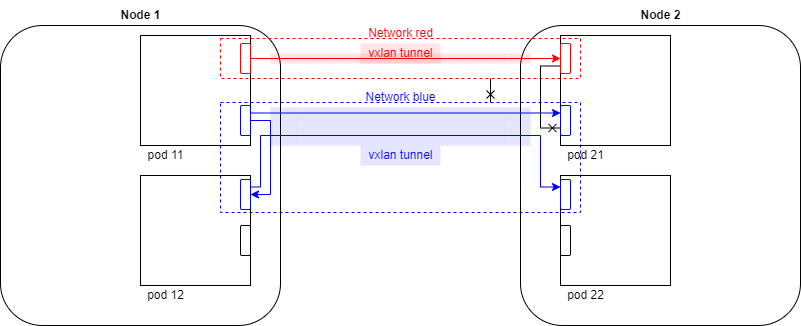
Before: img/multinet/multinet_connectivity.png, a diagram exported from draw.io (projectcalico/vpp-dataplane). Source tidied: cells renumbered, new cells last; positions are measured from the earlier drawing's top-left corner, leaving out a move shared by most shapes. Source of this version:
```xml
<mxGraphModel>
  <root>
    <mxCell id="0" />
    <mxCell id="1" parent="0" />
    <mxCell id="2" style="rounded=0;whiteSpace=wrap;html=1;labelBackgroundColor=none;labelBorderColor=none;fontColor=none;strokeColor=#0000FF;fillColor=none;dashed=1;" parent="1" vertex="1">
      <mxGeometry x="220" y="102" width="360" height="110" as="geometry" />
    </mxCell>
    <mxCell id="3" style="rounded=1;whiteSpace=wrap;html=1;fillColor=none;" parent="1" vertex="1">
      <mxGeometry y="25" width="280" height="300" as="geometry" />
    </mxCell>
    <mxCell id="4" style="rounded=1;whiteSpace=wrap;html=1;fillColor=none;" parent="1" vertex="1">
      <mxGeometry x="520" y="25" width="280" height="300" as="geometry" />
    </mxCell>
    <mxCell id="5" value="Node 2" style="text;html=1;align=center;verticalAlign=middle;strokeColor=none;fillColor=none;fontStyle=1;fontSize=12;" parent="1" vertex="1">
      <mxGeometry x="630" y="5" width="60" height="20" as="geometry" />
    </mxCell>
    <mxCell id="6" style="whiteSpace=wrap;html=1;fillColor=none;" parent="1" vertex="1">
      <mxGeometry x="140" y="35" width="110" height="110" as="geometry" />
    </mxCell>
    <mxCell id="7" style="whiteSpace=wrap;html=1;fillColor=none;" parent="1" vertex="1">
      <mxGeometry x="140" y="175" width="110" height="110" as="geometry" />
    </mxCell>
    <mxCell id="8" style="whiteSpace=wrap;html=1;fillColor=none;" parent="1" vertex="1">
      <mxGeometry x="560" y="35" width="110" height="110" as="geometry" />
    </mxCell>
    <mxCell id="9" style="edgeStyle=orthogonalEdgeStyle;rounded=0;jettySize=auto;html=1;exitX=1;exitY=0.25;exitDx=0;exitDy=0;entryX=0;entryY=0.25;entryDx=0;entryDy=0;fontColor=#0000FF;strokeColor=#0000FF;" parent="1" edge="1" source="11" target="14">
      <mxGeometry relative="1" as="geometry" />
    </mxCell>
    <mxCell id="10" style="edgeStyle=orthogonalEdgeStyle;rounded=0;jettySize=auto;html=1;exitX=1;exitY=0.5;exitDx=0;exitDy=0;entryX=1;entryY=0.5;entryDx=0;entryDy=0;fontColor=#0000FF;strokeColor=#0000FF;" parent="1" edge="1" source="11" target="13">
      <mxGeometry relative="1" as="geometry" />
    </mxCell>
    <mxCell id="11" style="rounded=1;whiteSpace=wrap;html=1;fillColor=none;strokeColor=#0000FF;" parent="1" vertex="1">
      <mxGeometry x="240" y="105" width="10" height="30" as="geometry" />
    </mxCell>
    <mxCell id="12" style="edgeStyle=orthogonalEdgeStyle;rounded=0;jettySize=auto;html=1;exitX=1;exitY=0.25;exitDx=0;exitDy=0;entryX=0;entryY=0.25;entryDx=0;entryDy=0;fontSize=12;fontColor=#009900;endArrow=classic;endFill=1;strokeColor=#0000FF;" parent="1" edge="1" source="13" target="32">
      <mxGeometry relative="1" as="geometry">
        <Array as="points">
          <mxPoint x="260" y="187" />
          <mxPoint x="260" y="135" />
          <mxPoint x="540" y="135" />
          <mxPoint x="540" y="187" />
        </Array>
      </mxGeometry>
    </mxCell>
    <mxCell id="13" style="rounded=1;whiteSpace=wrap;html=1;fillColor=none;strokeColor=#0000FF;" parent="1" vertex="1">
      <mxGeometry x="240" y="179" width="10" height="30" as="geometry" />
    </mxCell>
    <mxCell id="14" style="rounded=1;whiteSpace=wrap;html=1;fillColor=none;strokeColor=#0000FF;" parent="1" vertex="1">
      <mxGeometry x="560" y="105" width="10" height="30" as="geometry" />
    </mxCell>
    <mxCell id="15" value="&lt;font color=&quot;#0000ff&quot;&gt;Network blue&lt;/font&gt;" style="text;html=1;align=center;verticalAlign=middle;strokeColor=none;fillColor=none;fontColor=none;" parent="1" vertex="1">
      <mxGeometry x="355" y="87" width="90" height="20" as="geometry" />
    </mxCell>
    <mxCell id="16" style="edgeStyle=orthogonalEdgeStyle;rounded=0;jettySize=auto;html=1;exitX=0.75;exitY=1;exitDx=0;exitDy=0;entryX=0.75;entryY=0;entryDx=0;entryDy=0;fontSize=12;fontColor=#000000;endArrow=cross;endFill=0;strokeColor=#000000;" parent="1" edge="1" source="17" target="2">
      <mxGeometry relative="1" as="geometry" />
    </mxCell>
    <mxCell id="17" style="rounded=0;whiteSpace=wrap;html=1;labelBackgroundColor=none;labelBorderColor=none;fontColor=none;strokeColor=#FF0000;fillColor=none;dashed=1;" parent="1" vertex="1">
      <mxGeometry x="220" y="38" width="360" height="40" as="geometry" />
    </mxCell>
    <mxCell id="18" value="&lt;font color=&quot;#ff0000&quot;&gt;Network red&lt;/font&gt;" style="text;html=1;align=center;verticalAlign=middle;strokeColor=none;fillColor=none;fontColor=none;" parent="1" vertex="1">
      <mxGeometry x="360" y="23" width="80" height="20" as="geometry" />
    </mxCell>
    <mxCell id="19" value="pod 11" style="text;html=1;align=center;verticalAlign=middle;strokeColor=none;fillColor=none;" parent="1" vertex="1">
      <mxGeometry x="140" y="145" width="50" height="20" as="geometry" />
    </mxCell>
    <mxCell id="20" value="pod 12" style="text;html=1;align=center;verticalAlign=middle;strokeColor=none;fillColor=none;" parent="1" vertex="1">
      <mxGeometry x="140" y="285" width="50" height="20" as="geometry" />
    </mxCell>
    <mxCell id="21" value="pod 21" style="text;html=1;align=center;verticalAlign=middle;strokeColor=none;fillColor=none;" parent="1" vertex="1">
      <mxGeometry x="560" y="145" width="50" height="20" as="geometry" />
    </mxCell>
    <mxCell id="22" style="edgeStyle=orthogonalEdgeStyle;rounded=0;jettySize=auto;html=1;exitX=1;exitY=0.5;exitDx=0;exitDy=0;entryX=0;entryY=0.5;entryDx=0;entryDy=0;fontColor=#FF0000;strokeColor=#FF0000;" parent="1" edge="1" source="23" target="25">
      <mxGeometry relative="1" as="geometry" />
    </mxCell>
    <mxCell id="23" style="rounded=1;whiteSpace=wrap;html=1;fillColor=none;strokeColor=#FF0000;" parent="1" vertex="1">
      <mxGeometry x="240" y="43" width="10" height="30" as="geometry" />
    </mxCell>
    <mxCell id="24" style="edgeStyle=orthogonalEdgeStyle;rounded=0;jettySize=auto;html=1;exitX=0;exitY=0.75;exitDx=0;exitDy=0;entryX=0;entryY=0.75;entryDx=0;entryDy=0;fontColor=#FF0000;strokeColor=#000000;endArrow=cross;endFill=0;" parent="1" edge="1" source="25" target="14">
      <mxGeometry relative="1" as="geometry" />
    </mxCell>
    <mxCell id="25" style="rounded=1;whiteSpace=wrap;html=1;fillColor=none;strokeColor=#FF0000;" parent="1" vertex="1">
      <mxGeometry x="560" y="43" width="10" height="30" as="geometry" />
    </mxCell>
    <mxCell id="26" style="shape=process;whiteSpace=wrap;html=1;backgroundOutline=1;dashed=1;labelBackgroundColor=none;labelBorderColor=none;strokeColor=#b85450;fillColor=#FF0000;dashPattern=1 4;gradientColor=none;opacity=10;" parent="1" vertex="1">
      <mxGeometry x="270" y="53" width="260" height="10" as="geometry" />
    </mxCell>
    <mxCell id="27" style="shape=process;whiteSpace=wrap;html=1;backgroundOutline=1;dashed=1;labelBackgroundColor=none;labelBorderColor=none;strokeColor=#b85450;fillColor=#0000FF;dashPattern=1 4;gradientColor=none;opacity=10;" parent="1" vertex="1">
      <mxGeometry x="270" y="107" width="260" height="38" as="geometry" />
    </mxCell>
    <mxCell id="28" value="&lt;font color=&quot;#0000ff&quot;&gt;vxlan tunnel&lt;/font&gt;" style="text;html=1;align=center;verticalAlign=middle;strokeColor=none;fillColor=#0000FF;fontColor=none;opacity=10;" parent="1" vertex="1">
      <mxGeometry x="360" y="145" width="80" height="20" as="geometry" />
    </mxCell>
    <mxCell id="29" value="&lt;font color=&quot;#ff0000&quot;&gt;vxlan tunnel&lt;/font&gt;" style="text;html=1;align=center;verticalAlign=middle;strokeColor=none;fillColor=#FF0000;fontColor=none;opacity=10;" parent="1" vertex="1">
      <mxGeometry x="360" y="43" width="80" height="20" as="geometry" />
    </mxCell>
    <mxCell id="30" style="whiteSpace=wrap;html=1;fillColor=none;" parent="1" vertex="1">
      <mxGeometry x="560" y="175" width="110" height="110" as="geometry" />
    </mxCell>
    <mxCell id="31" value="pod 22" style="text;html=1;align=center;verticalAlign=middle;strokeColor=none;fillColor=none;" parent="1" vertex="1">
      <mxGeometry x="560" y="285" width="50" height="20" as="geometry" />
    </mxCell>
    <mxCell id="32" style="rounded=1;whiteSpace=wrap;html=1;fillColor=none;strokeColor=#0000FF;" parent="1" vertex="1">
      <mxGeometry x="560" y="179" width="10" height="30" as="geometry" />
    </mxCell>
    <mxCell id="33" style="rounded=1;whiteSpace=wrap;html=1;fillColor=none;strokeColor=#000000;" parent="1" vertex="1">
      <mxGeometry x="240" y="225" width="10" height="30" as="geometry" />
    </mxCell>
    <mxCell id="34" style="rounded=1;whiteSpace=wrap;html=1;fillColor=none;strokeColor=#000000;" parent="1" vertex="1">
      <mxGeometry x="560" y="225" width="10" height="30" as="geometry" />
    </mxCell>
    <mxCell id="35" value="Node 1" style="text;html=1;align=center;verticalAlign=middle;strokeColor=none;fillColor=none;fontStyle=1;fontSize=12;" parent="1" vertex="1">
      <mxGeometry x="110" width="60" height="30" as="geometry" />
    </mxCell>
  </root>
</mxGraphModel>
```
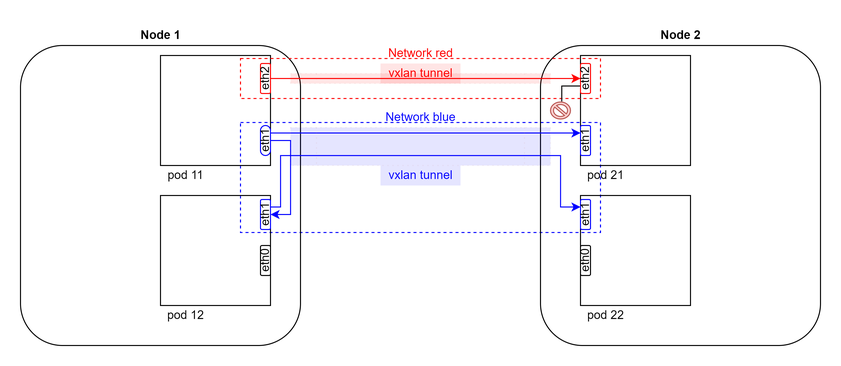
After the change.

Commit message:
improve multinet doc

What changed in the source:
```diff
@@ -29,7 +29,7 @@
     <mxCell id="10" style="edgeStyle=orthogonalEdgeStyle;rounded=0;jettySize=auto;html=1;exitX=1;exitY=0.5;exitDx=0;exitDy=0;entryX=1;entryY=0.5;entryDx=0;entryDy=0;fontColor=#0000FF;strokeColor=#0000FF;" parent="1" edge="1" source="11" target="13">
       <mxGeometry relative="1" as="geometry" />
     </mxCell>
-    <mxCell id="11" style="rounded=1;whiteSpace=wrap;html=1;fillColor=none;strokeColor=#0000FF;" parent="1" vertex="1">
+    <mxCell id="11" value="eth1" style="rounded=1;whiteSpace=wrap;html=1;fillColor=none;strokeColor=#0000FF;arcSize=50;horizontal=0;" parent="1" vertex="1">
       <mxGeometry x="240" y="105" width="10" height="30" as="geometry" />
     </mxCell>
     <mxCell id="12" style="edgeStyle=orthogonalEdgeStyle;rounded=0;jettySize=auto;html=1;exitX=1;exitY=0.25;exitDx=0;exitDy=0;entryX=0;entryY=0.25;entryDx=0;entryDy=0;fontSize=12;fontColor=#009900;endArrow=classic;endFill=1;strokeColor=#0000FF;" parent="1" edge="1" source="13" target="32">
@@ -42,18 +42,15 @@
         </Array>
       </mxGeometry>
     </mxCell>
-    <mxCell id="13" style="rounded=1;whiteSpace=wrap;html=1;fillColor=none;strokeColor=#0000FF;" parent="1" vertex="1">
+    <mxCell id="13" value="eth1" style="rounded=1;whiteSpace=wrap;html=1;fillColor=none;strokeColor=#0000FF;horizontal=0;" parent="1" vertex="1">
       <mxGeometry x="240" y="179" width="10" height="30" as="geometry" />
     </mxCell>
-    <mxCell id="14" style="rounded=1;whiteSpace=wrap;html=1;fillColor=none;strokeColor=#0000FF;" parent="1" vertex="1">
+    <mxCell id="14" value="eth1" style="rounded=1;whiteSpace=wrap;html=1;fillColor=none;strokeColor=#0000FF;horizontal=0;" parent="1" vertex="1">
       <mxGeometry x="560" y="105" width="10" height="30" as="geometry" />
     </mxCell>
     <mxCell id="15" value="&lt;font color=&quot;#0000ff&quot;&gt;Network blue&lt;/font&gt;" style="text;html=1;align=center;verticalAlign=middle;strokeColor=none;fillColor=none;fontColor=none;" parent="1" vertex="1">
       <mxGeometry x="355" y="87" width="90" height="20" as="geometry" />
     </mxCell>
-    <mxCell id="16" style="edgeStyle=orthogonalEdgeStyle;rounded=0;jettySize=auto;html=1;exitX=0.75;exitY=1;exitDx=0;exitDy=0;entryX=0.75;entryY=0;entryDx=0;entryDy=0;fontSize=12;fontColor=#000000;endArrow=cross;endFill=0;strokeColor=#000000;" parent="1" edge="1" source="17" target="2">
-      <mxGeometry relative="1" as="geometry" />
-    </mxCell>
     <mxCell id="17" style="rounded=0;whiteSpace=wrap;html=1;labelBackgroundColor=none;labelBorderColor=none;fontColor=none;strokeColor=#FF0000;fillColor=none;dashed=1;" parent="1" vertex="1">
       <mxGeometry x="220" y="38" width="360" height="40" as="geometry" />
     </mxCell>
@@ -72,13 +69,13 @@
     <mxCell id="22" style="edgeStyle=orthogonalEdgeStyle;rounded=0;jettySize=auto;html=1;exitX=1;exitY=0.5;exitDx=0;exitDy=0;entryX=0;entryY=0.5;entryDx=0;entryDy=0;fontColor=#FF0000;strokeColor=#FF0000;" parent="1" edge="1" source="23" target="25">
       <mxGeometry relative="1" as="geometry" />
     </mxCell>
-    <mxCell id="23" style="rounded=1;whiteSpace=wrap;html=1;fillColor=none;strokeColor=#FF0000;" parent="1" vertex="1">
+    <mxCell id="23" value="eth2" style="rounded=1;whiteSpace=wrap;html=1;fillColor=none;strokeColor=#FF0000;horizontal=0;" parent="1" vertex="1">
       <mxGeometry x="240" y="43" width="10" height="30" as="geometry" />
     </mxCell>
-    <mxCell id="24" style="edgeStyle=orthogonalEdgeStyle;rounded=0;jettySize=auto;html=1;exitX=0;exitY=0.75;exitDx=0;exitDy=0;entryX=0;entryY=0.75;entryDx=0;entryDy=0;fontColor=#FF0000;strokeColor=#000000;endArrow=cross;endFill=0;" parent="1" edge="1" source="25" target="14">
-      <mxGeometry relative="1" as="geometry" />
-    </mxCell>
+    <mxCell id="36" style="edgeStyle=orthogonalEdgeStyle;rounded=0;jettySize=auto;html=1;exitX=0;exitY=0.75;exitDx=0;exitDy=0;entryX=0.564;entryY=-0.032;entryDx=0;entryDy=0;entryPerimeter=0;endArrow=none;endFill=0;" parent="1" edge="1" source="25" target="37">
+      <mxGeometry relative="1" as="geometry" />
+    </mxCell>
-    <mxCell id="25" style="rounded=1;whiteSpace=wrap;html=1;fillColor=none;strokeColor=#FF0000;" parent="1" vertex="1">
+    <mxCell id="25" value="eth2" style="rounded=1;whiteSpace=wrap;html=1;fillColor=none;strokeColor=#FF0000;horizontal=0;" parent="1" vertex="1">
       <mxGeometry x="560" y="43" width="10" height="30" as="geometry" />
     </mxCell>
     <mxCell id="26" style="shape=process;whiteSpace=wrap;html=1;backgroundOutline=1;dashed=1;labelBackgroundColor=none;labelBorderColor=none;strokeColor=#b85450;fillColor=#FF0000;dashPattern=1 4;gradientColor=none;opacity=10;" parent="1" vertex="1">
@@ -99,17 +96,20 @@
     <mxCell id="31" value="pod 22" style="text;html=1;align=center;verticalAlign=middle;strokeColor=none;fillColor=none;" parent="1" vertex="1">
       <mxGeometry x="560" y="285" width="50" height="20" as="geometry" />
     </mxCell>
-    <mxCell id="32" style="rounded=1;whiteSpace=wrap;html=1;fillColor=none;strokeColor=#0000FF;" parent="1" vertex="1">
+    <mxCell id="32" value="eth1" style="rounded=1;whiteSpace=wrap;html=1;fillColor=none;strokeColor=#0000FF;horizontal=0;" parent="1" vertex="1">
       <mxGeometry x="560" y="179" width="10" height="30" as="geometry" />
     </mxCell>
-    <mxCell id="33" style="rounded=1;whiteSpace=wrap;html=1;fillColor=none;strokeColor=#000000;" parent="1" vertex="1">
+    <mxCell id="33" value="eth0" style="rounded=1;whiteSpace=wrap;html=1;fillColor=none;strokeColor=#000000;horizontal=0;" parent="1" vertex="1">
       <mxGeometry x="240" y="225" width="10" height="30" as="geometry" />
     </mxCell>
-    <mxCell id="34" style="rounded=1;whiteSpace=wrap;html=1;fillColor=none;strokeColor=#000000;" parent="1" vertex="1">
+    <mxCell id="34" value="eth0" style="rounded=1;whiteSpace=wrap;html=1;fillColor=none;strokeColor=#000000;horizontal=0;" parent="1" vertex="1">
       <mxGeometry x="560" y="225" width="10" height="30" as="geometry" />
     </mxCell>
     <mxCell id="35" value="Node 1" style="text;html=1;align=center;verticalAlign=middle;strokeColor=none;fillColor=none;fontStyle=1;fontSize=12;" parent="1" vertex="1">
       <mxGeometry x="110" width="60" height="30" as="geometry" />
     </mxCell>
+    <mxCell id="37" style="verticalLabelPosition=bottom;verticalAlign=top;html=1;shape=mxgraph.basic.no_symbol;fillColor=#f8cecc;strokeColor=#b85450;" parent="1" vertex="1">
+      <mxGeometry x="530" y="81.5" width="20" height="17" as="geometry" />
+    </mxCell>
   </root>
 </mxGraphModel>
```
